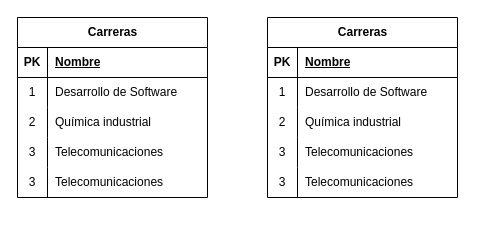
Earlier version of the draw.io diagram Untitled Diagram.drawio (Jolsman01/BasededatosIFODA). Source tidied: cells renumbered, new cells numbered last; positions are measured from the earlier drawing's top-left corner, leaving out a move shared by most shapes. Both pictures are drawn from the tidied source at 100%, with x=0, y=0 at pixel (17, 17).
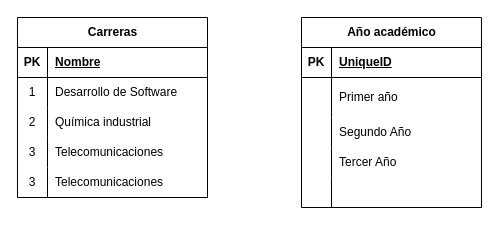
The same page after the edit.

Change to the diagram source:
```diff
@@
-    <mxCell id="18" value="Carreras" style="shape=table;startSize=30;childLayout=tableLayout;rowLines=0;fontStyle=1;align=center;html=1;" parent="1" vertex="1">
-      <mxGeometry x="250" width="190" height="180" as="geometry" />
-    </mxCell>
-    <mxCell id="19" style="shape=tableRow;horizontal=0;startSize=0;swimlaneHead=0;swimlaneBody=0;fillColor=none;top=0;left=0;right=0;bottom=1;" parent="18" vertex="1">
-      <mxGeometry y="30" width="190" height="30" as="geometry" />
-    </mxCell>
+    <mxCell id="34" value="Año académico" style="shape=table;startSize=30;childLayout=tableLayout;rowLines=0;fontStyle=1;align=center;html=1;" parent="1" vertex="1">
+      <mxGeometry x="284" width="180" height="190" as="geometry" />
+    </mxCell>
+    <mxCell id="35" style="shape=tableRow;horizontal=0;startSize=0;swimlaneHead=0;swimlaneBody=0;fillColor=none;top=0;left=0;right=0;bottom=1;" parent="34" vertex="1">
+      <mxGeometry y="30" width="180" height="30" as="geometry" />
+    </mxCell>
-    <mxCell id="20" value="PK" style="shape=partialRectangle;fillColor=none;top=0;left=0;bottom=0;right=0;fontStyle=1;overflow=hidden;whiteSpace=wrap;html=1;" parent="19" vertex="1">
+    <mxCell id="20" value="PK" style="shape=partialRectangle;fillColor=none;top=0;left=0;bottom=0;right=0;fontStyle=1;overflow=hidden;whiteSpace=wrap;html=1;" parent="35" vertex="1">
       <mxGeometry width="30" height="30" as="geometry" />
     </mxCell>
-    <mxCell id="21" value="Nombre" style="shape=partialRectangle;fillColor=none;top=0;left=0;bottom=0;right=0;align=left;spacingLeft=6;fontStyle=5;overflow=hidden;whiteSpace=wrap;html=1;" parent="19" vertex="1">
-      <mxGeometry x="30" width="160" height="30" as="geometry" />
-    </mxCell>
-    <mxCell id="22" style="shape=tableRow;horizontal=0;startSize=0;swimlaneHead=0;swimlaneBody=0;fillColor=none;top=0;left=0;right=0;bottom=0;" parent="18" vertex="1">
-      <mxGeometry y="60" width="190" height="30" as="geometry" />
-    </mxCell>
-    <mxCell id="23" value="1" style="shape=partialRectangle;fillColor=none;top=0;left=0;bottom=0;right=0;overflow=hidden;whiteSpace=wrap;html=1;" parent="22" vertex="1">
-      <mxGeometry width="30" height="30" as="geometry" />
-    </mxCell>
-    <mxCell id="24" value="Desarrollo de Software" style="shape=partialRectangle;fillColor=none;top=0;left=0;bottom=0;right=0;align=left;spacingLeft=6;overflow=hidden;whiteSpace=wrap;html=1;" parent="22" vertex="1">
-      <mxGeometry x="30" width="160" height="30" as="geometry" />
-    </mxCell>
-    <mxCell id="25" style="shape=tableRow;horizontal=0;startSize=0;swimlaneHead=0;swimlaneBody=0;fillColor=none;top=0;left=0;right=0;bottom=0;" parent="18" vertex="1">
-      <mxGeometry y="90" width="190" height="30" as="geometry" />
-    </mxCell>
-    <mxCell id="26" value="2" style="shape=partialRectangle;fillColor=none;top=0;left=0;bottom=0;right=0;overflow=hidden;whiteSpace=wrap;html=1;" parent="25" vertex="1">
-      <mxGeometry width="30" height="30" as="geometry" />
-    </mxCell>
-    <mxCell id="27" value="Química industrial" style="shape=partialRectangle;fillColor=none;top=0;left=0;bottom=0;right=0;align=left;spacingLeft=6;overflow=hidden;whiteSpace=wrap;html=1;" parent="25" vertex="1">
-      <mxGeometry x="30" width="160" height="30" as="geometry" />
-    </mxCell>
-    <mxCell id="28" style="shape=tableRow;horizontal=0;startSize=0;swimlaneHead=0;swimlaneBody=0;fillColor=none;top=0;left=0;right=0;bottom=0;" parent="18" vertex="1">
-      <mxGeometry y="120" width="190" height="30" as="geometry" />
-    </mxCell>
-    <mxCell id="29" value="3" style="shape=partialRectangle;fillColor=none;top=0;left=0;bottom=0;right=0;overflow=hidden;whiteSpace=wrap;html=1;" parent="28" vertex="1">
-      <mxGeometry width="30" height="30" as="geometry" />
-    </mxCell>
-    <mxCell id="30" value="Telecomunicaciones" style="shape=partialRectangle;fillColor=none;top=0;left=0;bottom=0;right=0;align=left;spacingLeft=6;overflow=hidden;whiteSpace=wrap;html=1;" parent="28" vertex="1">
-      <mxGeometry x="30" width="160" height="30" as="geometry" />
-    </mxCell>
-    <mxCell id="31" style="shape=tableRow;horizontal=0;startSize=0;swimlaneHead=0;swimlaneBody=0;fillColor=none;top=0;left=0;right=0;bottom=0;" parent="18" vertex="1">
-      <mxGeometry y="150" width="190" height="30" as="geometry" />
-    </mxCell>
-    <mxCell id="32" value="3" style="shape=partialRectangle;fillColor=none;top=0;left=0;bottom=0;right=0;overflow=hidden;whiteSpace=wrap;html=1;" parent="31" vertex="1">
-      <mxGeometry width="30" height="30" as="geometry" />
-    </mxCell>
-    <mxCell id="33" value="Telecomunicaciones" style="shape=partialRectangle;fillColor=none;top=0;left=0;bottom=0;right=0;align=left;spacingLeft=6;overflow=hidden;whiteSpace=wrap;html=1;" parent="31" vertex="1">
-      <mxGeometry x="30" width="160" height="30" as="geometry" />
-    </mxCell>
+    <mxCell id="36" value="UniqueID" style="shape=partialRectangle;fillColor=none;top=0;left=0;bottom=0;right=0;align=left;spacingLeft=6;fontStyle=5;overflow=hidden;whiteSpace=wrap;html=1;" parent="35" vertex="1">
+      <mxGeometry x="30" width="150" height="30" as="geometry" />
+    </mxCell>
+    <mxCell id="37" style="shape=tableRow;horizontal=0;startSize=0;swimlaneHead=0;swimlaneBody=0;fillColor=none;top=0;left=0;right=0;bottom=0;" parent="34" vertex="1">
+      <mxGeometry y="60" width="180" height="40" as="geometry" />
+    </mxCell>
+    <mxCell id="38" style="shape=partialRectangle;fillColor=none;top=0;left=0;bottom=0;right=0;overflow=hidden;whiteSpace=wrap;html=1;" parent="37" vertex="1">
+      <mxGeometry width="30" height="40" as="geometry" />
+    </mxCell>
+    <mxCell id="39" value="Primer año" style="shape=partialRectangle;fillColor=none;top=0;left=0;bottom=0;right=0;align=left;spacingLeft=6;overflow=hidden;whiteSpace=wrap;html=1;" parent="37" vertex="1">
+      <mxGeometry x="30" width="150" height="40" as="geometry" />
+    </mxCell>
+    <mxCell id="40" style="shape=tableRow;horizontal=0;startSize=0;swimlaneHead=0;swimlaneBody=0;fillColor=none;top=0;left=0;right=0;bottom=0;" parent="34" vertex="1">
+      <mxGeometry y="100" width="180" height="30" as="geometry" />
+    </mxCell>
+    <mxCell id="41" style="shape=partialRectangle;fillColor=none;top=0;left=0;bottom=0;right=0;overflow=hidden;whiteSpace=wrap;html=1;" parent="40" vertex="1">
+      <mxGeometry width="30" height="30" as="geometry" />
+    </mxCell>
+    <mxCell id="42" value="Segundo Año" style="shape=partialRectangle;fillColor=none;top=0;left=0;bottom=0;right=0;align=left;spacingLeft=6;overflow=hidden;whiteSpace=wrap;html=1;" parent="40" vertex="1">
+      <mxGeometry x="30" width="150" height="30" as="geometry" />
+    </mxCell>
+    <mxCell id="43" style="shape=tableRow;horizontal=0;startSize=0;swimlaneHead=0;swimlaneBody=0;fillColor=none;top=0;left=0;right=0;bottom=0;" parent="34" vertex="1">
+      <mxGeometry y="130" width="180" height="30" as="geometry" />
+    </mxCell>
+    <mxCell id="44" style="shape=partialRectangle;fillColor=none;top=0;left=0;bottom=0;right=0;overflow=hidden;whiteSpace=wrap;html=1;" parent="43" vertex="1">
+      <mxGeometry width="30" height="30" as="geometry" />
+    </mxCell>
+    <mxCell id="45" value="Tercer Año" style="shape=partialRectangle;fillColor=none;top=0;left=0;bottom=0;right=0;align=left;spacingLeft=6;overflow=hidden;whiteSpace=wrap;html=1;" parent="43" vertex="1">
+      <mxGeometry x="30" width="150" height="30" as="geometry" />
+    </mxCell>
+    <mxCell id="46" style="shape=tableRow;horizontal=0;startSize=0;swimlaneHead=0;swimlaneBody=0;fillColor=none;top=0;left=0;right=0;bottom=0;" parent="34" vertex="1">
+      <mxGeometry y="160" width="180" height="30" as="geometry" />
+    </mxCell>
+    <mxCell id="47" style="shape=partialRectangle;fillColor=none;top=0;left=0;bottom=0;right=0;overflow=hidden;whiteSpace=wrap;html=1;" parent="46" vertex="1">
+      <mxGeometry width="30" height="30" as="geometry" />
+    </mxCell>
+    <mxCell id="48" style="shape=partialRectangle;fillColor=none;top=0;left=0;bottom=0;right=0;align=left;spacingLeft=6;overflow=hidden;whiteSpace=wrap;html=1;" parent="46" vertex="1">
+      <mxGeometry x="30" width="150" height="30" as="geometry" />
+    </mxCell>
```
